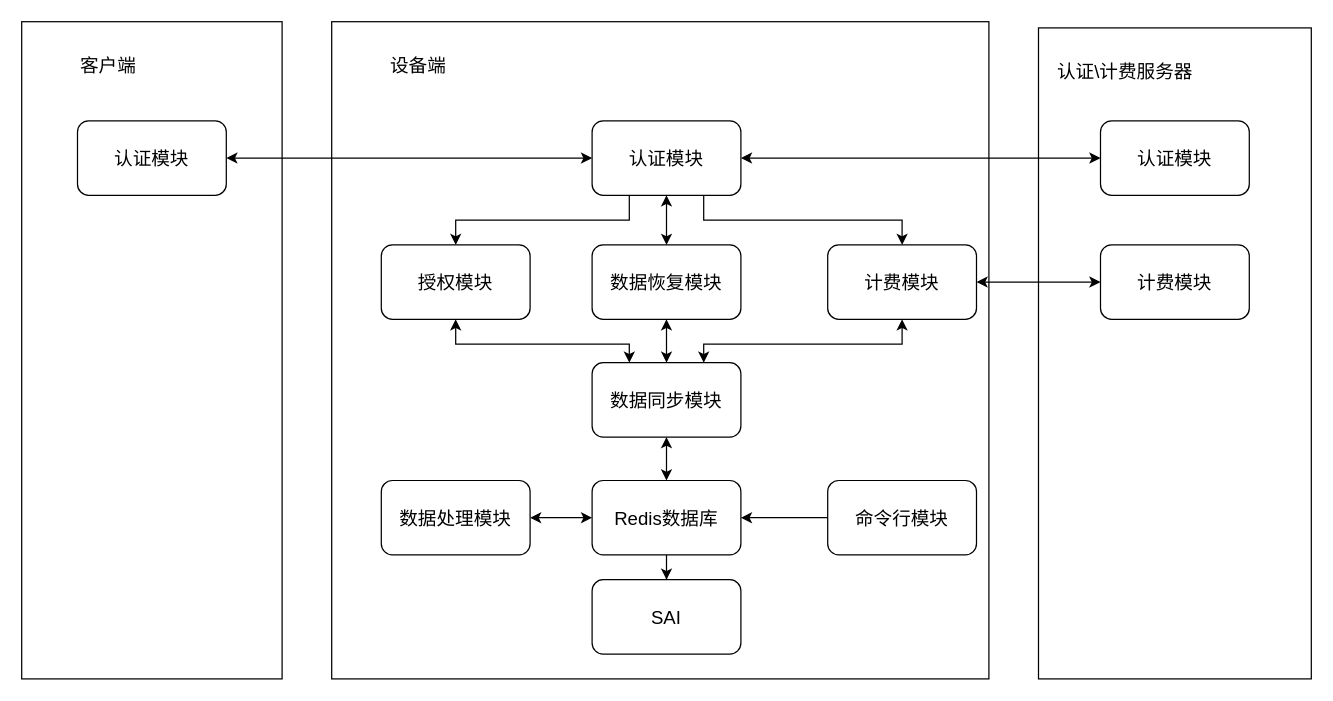
The draw.io diagram 概要设计框架.drawio in PATORITU/PATORITU, before the edit. Source tidied: cells renumbered, new cells numbered last; positions are measured from the earlier drawing's top-left corner, leaving out a move shared by most shapes. Both pictures are drawn from the tidied source at 124%, with x=0, y=0 at pixel (21, 21).
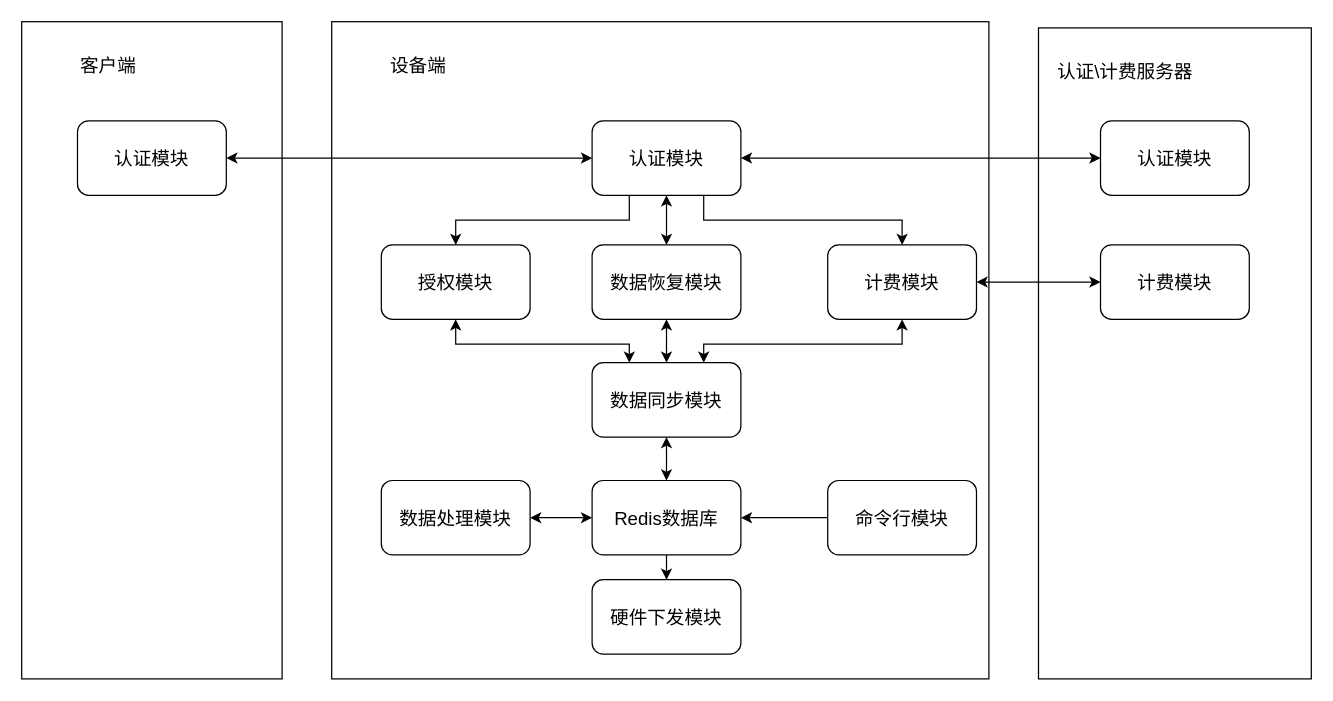
The same diagram, later.

Commit message:
更新概要设计框架.drawio

The edit, as a diff of the source:
```diff
@@
-    <mxCell id="14" value="&lt;font style=&quot;font-size: 15px;&quot;&gt;SAI&lt;/font&gt;" style="rounded=1;whiteSpace=wrap;html=1;" parent="1" vertex="1">
+    <mxCell id="14" value="&lt;span style=&quot;font-size: 15px;&quot;&gt;硬件下发模块&lt;/span&gt;" style="rounded=1;whiteSpace=wrap;html=1;" parent="1" vertex="1">
       <mxGeometry x="460" y="450" width="120" height="60" as="geometry" />
     </mxCell>
```
